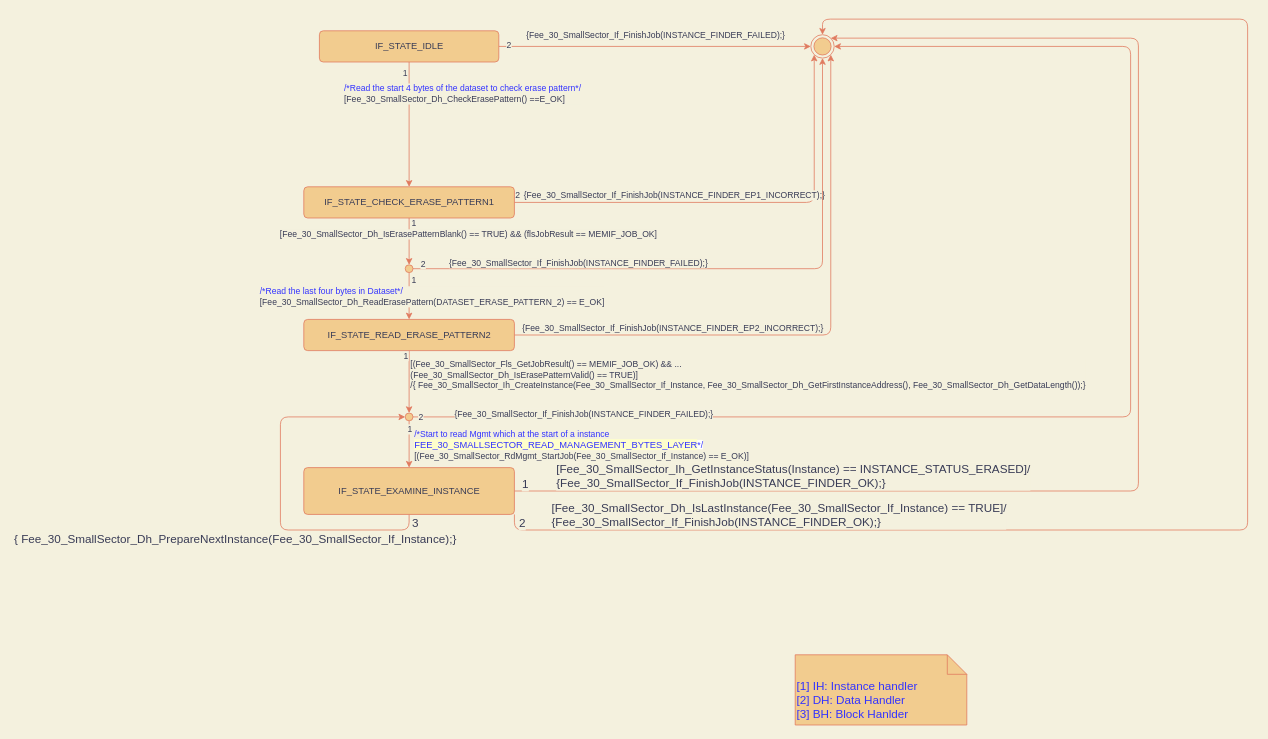
This is page "INSTANCE_FINDER_LAYER" (4 of 8) of Article/02/Fee.drawio from liuchaoatsz/LessonLearn, a draw.io file, before an edit. Source tidied: cells renumbered, new cells numbered last; positions are measured from the earlier drawing's top-left corner, leaving out a move shared by most shapes. Both pictures are drawn from the tidied source at 78%, with x=0, y=0 at pixel (280, 19).
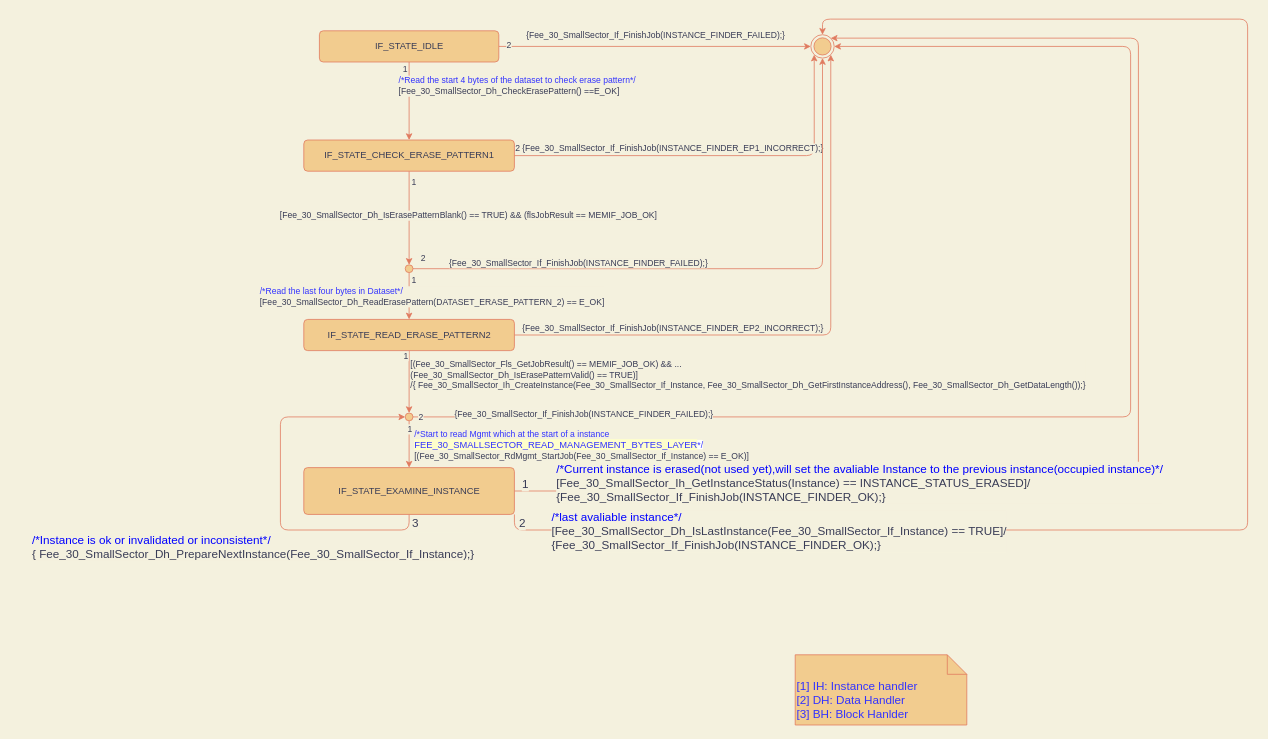
The same diagram, later.

Unchanged cells that the change refers to:
```xml
<mxCell id="2" style="edgeStyle=orthogonalEdgeStyle;curved=0;rounded=1;sketch=0;jettySize=auto;html=1;exitX=0.5;exitY=1;exitDx=0;exitDy=0;entryX=0.5;entryY=0;entryDx=0;entryDy=0;fontColor=#393C56;strokeColor=#E07A5F;fillColor=#F2CC8F;labelBackgroundColor=#F4F1DE;" parent="1" edge="1" source="8" target="15">
  <mxGeometry relative="1" as="geometry" />
</mxCell>
<mxCell id="26" style="edgeStyle=orthogonalEdgeStyle;curved=0;rounded=1;sketch=0;jettySize=auto;html=1;exitX=1;exitY=0.5;exitDx=0;exitDy=0;entryX=0.5;entryY=1;entryDx=0;entryDy=0;fontColor=#393C56;strokeColor=#E07A5F;fillColor=#F2CC8F;labelBackgroundColor=#F4F1DE;" parent="1" edge="1" source="29" target="16">
  <mxGeometry relative="1" as="geometry" />
</mxCell>
<mxCell id="30" style="edgeStyle=orthogonalEdgeStyle;curved=0;rounded=1;sketch=0;jettySize=auto;html=1;exitX=1;exitY=0.5;exitDx=0;exitDy=0;entryX=1;entryY=0;entryDx=0;entryDy=0;fontSize=15;fontColor=#393C56;strokeColor=#E07A5F;fillColor=#F2CC8F;labelBackgroundColor=#F4F1DE;" parent="1" edge="1" source="39" target="16">
  <mxGeometry relative="1" as="geometry">
    <Array as="points">
      <mxPoint x="1100" y="605" />
      <mxPoint x="1100" y="24" />
    </Array>
  </mxGeometry>
</mxCell>
<mxCell id="33" style="edgeStyle=orthogonalEdgeStyle;curved=0;rounded=1;sketch=0;jettySize=auto;html=1;exitX=1;exitY=1;exitDx=0;exitDy=0;entryX=0.5;entryY=0;entryDx=0;entryDy=0;fontSize=15;fontColor=#393C56;strokeColor=#E07A5F;fillColor=#F2CC8F;labelBackgroundColor=#F4F1DE;" parent="1" edge="1" source="39" target="16">
  <mxGeometry relative="1" as="geometry">
    <Array as="points">
      <mxPoint x="300" y="655" />
      <mxPoint x="1240" y="655" />
      <mxPoint x="1240" />
      <mxPoint x="695" />
    </Array>
  </mxGeometry>
</mxCell>
<mxCell id="36" style="edgeStyle=orthogonalEdgeStyle;curved=0;rounded=1;sketch=0;jettySize=auto;html=1;exitX=0.5;exitY=1;exitDx=0;exitDy=0;entryX=0;entryY=0.5;entryDx=0;entryDy=0;fontSize=15;fontColor=#393C56;strokeColor=#E07A5F;fillColor=#F2CC8F;labelBackgroundColor=#F4F1DE;" parent="1" edge="1" source="39" target="46">
  <mxGeometry relative="1" as="geometry">
    <Array as="points">
      <mxPoint x="165" y="655" />
      <mxPoint y="655" />
      <mxPoint y="510" />
    </Array>
  </mxGeometry>
</mxCell>
```

Diff of the diagram source:
```diff
@@
     <mxCell id="3" value="&lt;font color=&quot;#3333ff&quot;&gt;/*Read the start 4 bytes of the dataset to check erase pattern*/&lt;br&gt;&lt;/font&gt;[Fee_30_SmallSector_Dh_CheckErasePattern() ==E_OK]" style="edgeLabel;html=1;align=left;verticalAlign=middle;fontColor=#393C56;labelBackgroundColor=#F4F1DE;" parent="2" vertex="1">
       <mxGeometry x="-0.23" y="3" relative="1" as="geometry">
-        <mxPoint x="-88" y="-22" as="offset" />
+        <mxPoint x="-18" y="-9" as="offset" />
       </mxGeometry>
     </mxCell>
@@
     <mxCell id="15" value="IF_STATE_CHECK_ERASE_PATTERN1" style="html=1;align=center;verticalAlign=middle;rounded=1;absoluteArcSize=1;arcSize=10;dashed=0;sketch=0;fontColor=#393C56;strokeColor=#E07A5F;fillColor=#F2CC8F;" parent="1" vertex="1">
-      <mxGeometry x="30" y="215" width="270" height="40" as="geometry" />
+      <mxGeometry x="30" y="155" width="270" height="40" as="geometry" />
     </mxCell>
@@
     <mxCell id="27" value="2" style="edgeLabel;html=1;align=center;verticalAlign=middle;fontColor=#393C56;labelBackgroundColor=#F4F1DE;" parent="26" vertex="1">
       <mxGeometry x="-0.97" relative="1" as="geometry">
-        <mxPoint y="-7" as="offset" />
+        <mxPoint y="-15" as="offset" />
       </mxGeometry>
     </mxCell>
@@
-    <mxCell id="31" value="[Fee_30_SmallSector_Ih_GetInstanceStatus(Instance) == INSTANCE_STATUS_ERASED]/ &lt;br&gt;{Fee_30_SmallSector_If_FinishJob(INSTANCE_FINDER_OK);}" style="edgeLabel;html=1;align=left;verticalAlign=middle;fontSize=15;fontColor=#393C56;labelBackgroundColor=#F4F1DE;" parent="30" vertex="1">
+    <mxCell id="31" value="&lt;font color=&quot;#0000ff&quot;&gt;/*Current instance is erased(not used yet),will set the avaliable Instance to the previous instance(occupied instance)*/&lt;/font&gt;&lt;br&gt;[Fee_30_SmallSector_Ih_GetInstanceStatus(Instance) == INSTANCE_STATUS_ERASED]/ &lt;br&gt;{Fee_30_SmallSector_If_FinishJob(INSTANCE_FINDER_OK);}" style="edgeLabel;html=1;align=left;verticalAlign=middle;fontSize=15;fontColor=#393C56;labelBackgroundColor=#F4F1DE;" parent="30" vertex="1">
       <mxGeometry x="-0.91" y="3" relative="1" as="geometry">
-        <mxPoint x="-28" y="-17" as="offset" />
+        <mxPoint x="-28" y="-9" as="offset" />
       </mxGeometry>
     </mxCell>
@@
-    <mxCell id="35" value="[Fee_30_SmallSector_Dh_IsLastInstance(Fee_30_SmallSector_If_Instance) == TRUE]/&lt;br&gt;{Fee_30_SmallSector_If_FinishJob(INSTANCE_FINDER_OK);}" style="edgeLabel;html=1;align=left;verticalAlign=middle;fontSize=15;fontColor=#393C56;labelBackgroundColor=#F4F1DE;" parent="33" vertex="1">
+    <mxCell id="35" value="&lt;font color=&quot;#0000ff&quot;&gt;/*last avaliable instance*/&lt;/font&gt;&lt;br&gt;[Fee_30_SmallSector_Dh_IsLastInstance(Fee_30_SmallSector_If_Instance) == TRUE]/&lt;br&gt;{Fee_30_SmallSector_If_FinishJob(INSTANCE_FINDER_OK);}" style="edgeLabel;html=1;align=left;verticalAlign=middle;fontSize=15;fontColor=#393C56;labelBackgroundColor=#F4F1DE;" parent="33" vertex="1">
       <mxGeometry x="-0.87" y="-2" relative="1" as="geometry">
-        <mxPoint x="-76" y="-22" as="offset" />
+        <mxPoint x="-76" y="-2" as="offset" />
       </mxGeometry>
     </mxCell>
@@
-    <mxCell id="38" value="{ Fee_30_SmallSector_Dh_PrepareNextInstance(Fee_30_SmallSector_If_Instance);}" style="edgeLabel;html=1;align=center;verticalAlign=middle;fontSize=15;fontColor=#393C56;labelBackgroundColor=#F4F1DE;" parent="36" vertex="1">
+    <mxCell id="38" value="&lt;font color=&quot;#0000ff&quot;&gt;/*Instance is ok or invalidated or inconsistent*/&lt;br&gt;&lt;/font&gt;{ Fee_30_SmallSector_Dh_PrepareNextInstance(Fee_30_SmallSector_If_Instance);}" style="edgeLabel;html=1;align=left;verticalAlign=middle;fontSize=15;fontColor=#393C56;labelBackgroundColor=#F4F1DE;" parent="36" vertex="1">
       <mxGeometry x="-0.66" y="2" relative="1" as="geometry">
-        <mxPoint x="-161" y="8" as="offset" />
+        <mxPoint x="-422" y="18" as="offset" />
       </mxGeometry>
     </mxCell>
```
